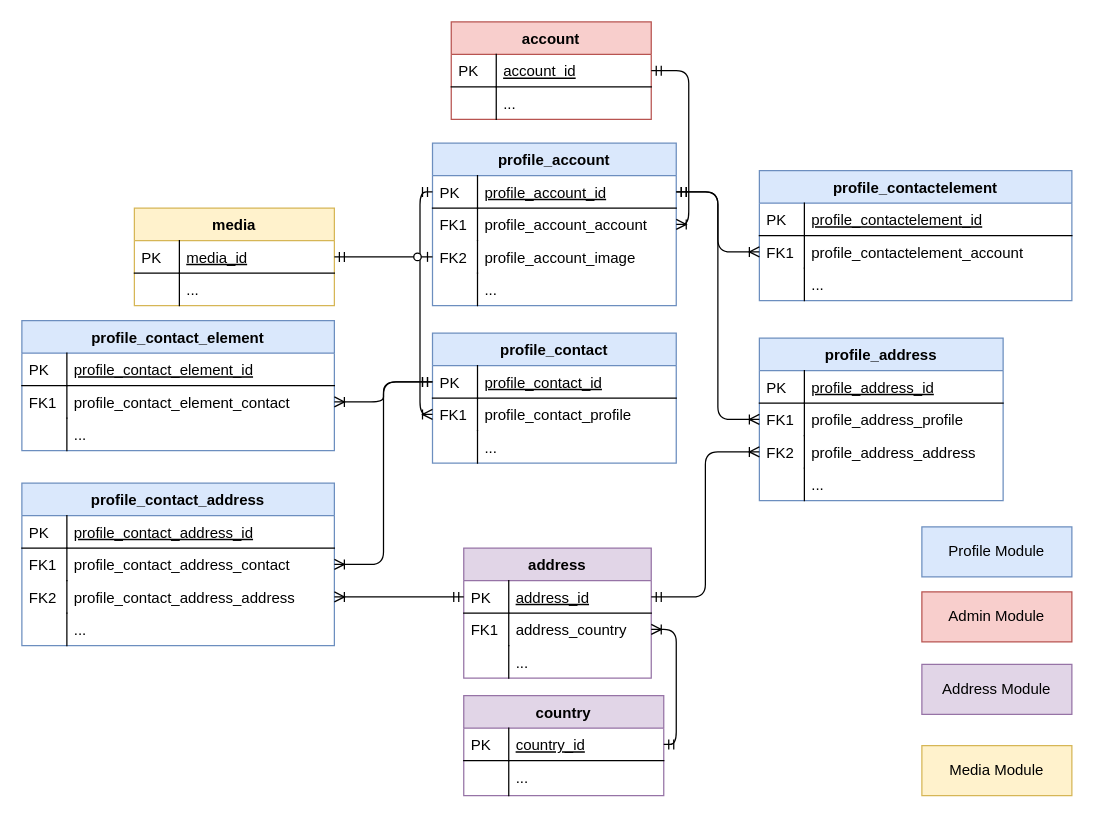
This is page "profile" (3 of 7) of app/UML.drawio from Karaka-Management/Assets, a draw.io file, before an edit. Source tidied: cells renumbered, new cells numbered last; positions are measured from the earlier drawing's top-left corner, leaving out a move shared by most shapes. Both pictures are drawn from the tidied source at 125%, with x=0, y=0 at pixel (21, 21).
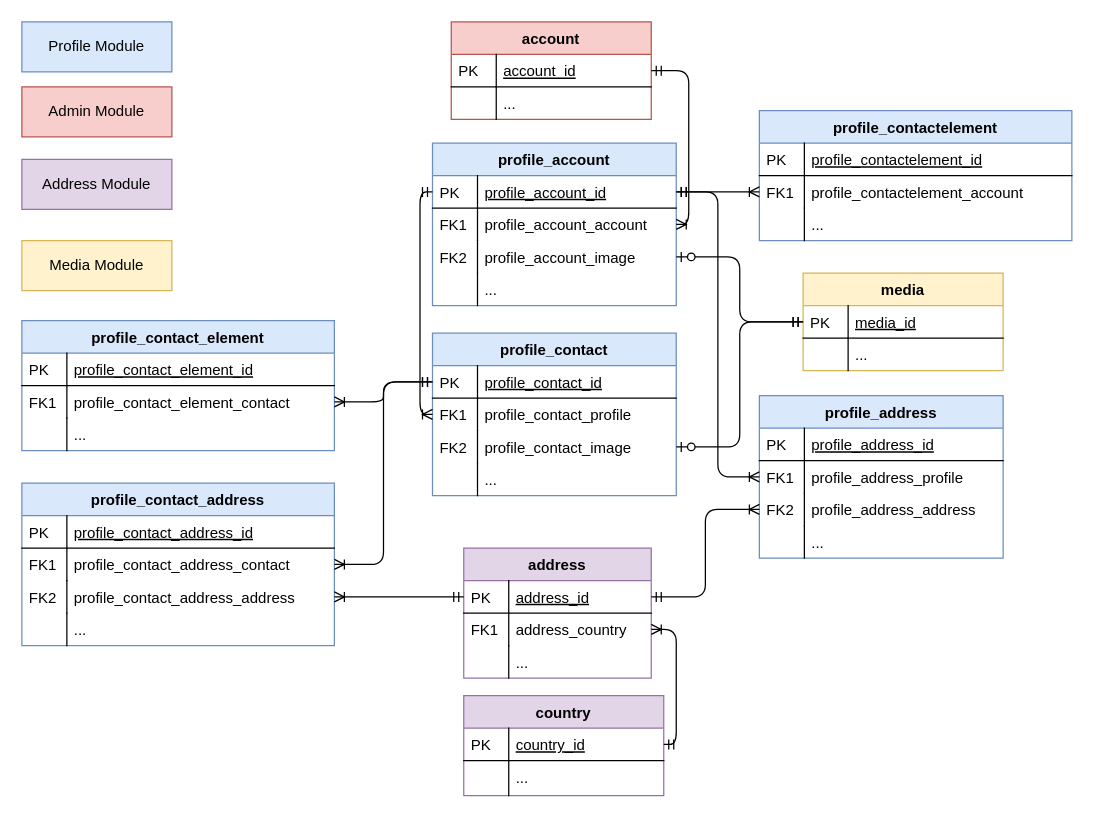
After the change.

Commit message:
improve media positioning in uml

The change refers to these unchanged cells:
```xml
<mxCell id="12" value="profile_account_image" style="shape=partialRectangle;top=0;left=0;right=0;bottom=0;align=left;verticalAlign=top;fillColor=none;spacingLeft=40;spacingRight=4;overflow=hidden;points=[[0,0.5],[1,0.5]];portConstraint=eastwest;rounded=0;shadow=0;strokeWidth=1;" parent="7" vertex="1">
  <mxGeometry y="78" width="195" height="26" as="geometry" />
</mxCell>
<mxCell id="80" value="media_id" style="shape=partialRectangle;top=0;left=0;right=0;bottom=1;align=left;verticalAlign=top;fillColor=none;spacingLeft=40;spacingRight=4;overflow=hidden;points=[[0,0.5],[1,0.5]];portConstraint=eastwest;rounded=0;shadow=0;strokeWidth=1;fontStyle=4;" parent="79" vertex="1">
  <mxGeometry y="26" width="160" height="26" as="geometry" />
</mxCell>
```

Change to the diagram source:
```diff
@@
     <mxCell id="16" value="profile_contact" style="swimlane;fontStyle=1;horizontal=1;startSize=26;rounded=0;shadow=0;strokeWidth=1;fillColor=#dae8fc;strokeColor=#6c8ebf;" parent="1" vertex="1">
-      <mxGeometry x="328.5" y="249" width="195" height="104" as="geometry" />
+      <mxGeometry x="328.5" y="249" width="195" height="130" as="geometry" />
     </mxCell>
@@
-    <mxCell id="21" value="..." style="shape=partialRectangle;top=0;left=0;right=0;bottom=0;align=left;verticalAlign=top;fillColor=none;spacingLeft=40;spacingRight=4;overflow=hidden;points=[[0,0.5],[1,0.5]];portConstraint=eastwest;rounded=0;shadow=0;strokeWidth=1;" parent="16" vertex="1">
+    <mxCell id="21" value="profile_contact_image" style="shape=partialRectangle;top=0;left=0;right=0;bottom=0;align=left;verticalAlign=top;fillColor=none;spacingLeft=40;spacingRight=4;overflow=hidden;points=[[0,0.5],[1,0.5]];portConstraint=eastwest;rounded=0;shadow=0;strokeWidth=1;" parent="16" vertex="1">
       <mxGeometry y="78" width="195" height="26" as="geometry" />
     </mxCell>
-    <mxCell id="22" style="shape=partialRectangle;top=0;left=0;bottom=0;fillColor=none;align=left;verticalAlign=top;spacingLeft=4;spacingRight=4;overflow=hidden;" parent="21" vertex="1">
+    <mxCell id="22" value="FK2" style="shape=partialRectangle;top=0;left=0;bottom=0;fillColor=none;align=left;verticalAlign=top;spacingLeft=4;spacingRight=4;overflow=hidden;" parent="21" vertex="1">
       <mxGeometry width="36" height="26" as="geometry" />
     </mxCell>
+    <mxCell id="86" value="..." style="shape=partialRectangle;top=0;left=0;right=0;bottom=0;align=left;verticalAlign=top;fillColor=none;spacingLeft=40;spacingRight=4;overflow=hidden;rounded=0;shadow=0;strokeWidth=1;" parent="16" vertex="1">
+      <mxGeometry y="104" width="195" height="26" as="geometry" />
+    </mxCell>
+    <mxCell id="87" style="shape=partialRectangle;top=0;left=0;bottom=0;fillColor=none;align=left;verticalAlign=top;spacingLeft=4;spacingRight=4;overflow=hidden;" parent="86" vertex="1">
+      <mxGeometry width="36" height="26" as="geometry" />
+    </mxCell>
@@
     <mxCell id="30" value="profile_contactelement" style="swimlane;fontStyle=1;horizontal=1;startSize=26;rounded=0;shadow=0;strokeWidth=1;fillColor=#dae8fc;strokeColor=#6c8ebf;" parent="1" vertex="1">
-      <mxGeometry x="590" y="119" width="250" height="104" as="geometry" />
+      <mxGeometry x="590" y="71" width="250" height="104" as="geometry" />
     </mxCell>
@@
     <mxCell id="37" value="profile_address" style="swimlane;fontStyle=1;horizontal=1;startSize=26;rounded=0;shadow=0;strokeWidth=1;fillColor=#dae8fc;strokeColor=#6c8ebf;" parent="1" vertex="1">
-      <mxGeometry x="590" y="253" width="195" height="130" as="geometry" />
+      <mxGeometry x="590" y="299" width="195" height="130" as="geometry" />
     </mxCell>
@@
     <mxCell id="59" value="Admin Module" style="rounded=0;whiteSpace=wrap;html=1;fillColor=#f8cecc;strokeColor=#b85450;" parent="1" vertex="1">
-      <mxGeometry x="720" y="456" width="120" height="40" as="geometry" />
+      <mxGeometry y="52" width="120" height="40" as="geometry" />
     </mxCell>
     <mxCell id="60" value="Profile Module" style="rounded=0;whiteSpace=wrap;html=1;fillColor=#dae8fc;strokeColor=#6c8ebf;" parent="1" vertex="1">
-      <mxGeometry x="720" y="404" width="120" height="40" as="geometry" />
+      <mxGeometry width="120" height="40" as="geometry" />
     </mxCell>
     <mxCell id="61" value="Address Module" style="rounded=0;whiteSpace=wrap;html=1;fillColor=#e1d5e7;strokeColor=#9673a6;" parent="1" vertex="1">
-      <mxGeometry x="720" y="514" width="120" height="40" as="geometry" />
+      <mxGeometry y="110" width="120" height="40" as="geometry" />
     </mxCell>
@@
     <mxCell id="79" value="media" style="swimlane;fontStyle=1;horizontal=1;startSize=26;rounded=0;shadow=0;strokeWidth=1;fillColor=#fff2cc;strokeColor=#d6b656;" parent="1" vertex="1">
-      <mxGeometry x="90" y="149" width="160" height="78" as="geometry" />
+      <mxGeometry x="625" y="201" width="160" height="78" as="geometry" />
     </mxCell>
@@
-    <mxCell id="84" style="edgeStyle=orthogonalEdgeStyle;fontSize=12;html=1;endArrow=ERzeroToOne;startArrow=ERmandOne;exitX=1;exitY=0.5;exitDx=0;exitDy=0;entryX=0;entryY=0.5;entryDx=0;entryDy=0;" parent="1" edge="1" source="79" target="12">
+    <mxCell id="84" style="edgeStyle=orthogonalEdgeStyle;fontSize=12;html=1;endArrow=ERzeroToOne;startArrow=ERmandOne;exitX=0;exitY=0.5;exitDx=0;exitDy=0;entryX=1;entryY=0.5;entryDx=0;entryDy=0;" parent="1" edge="1" source="80" target="12">
       <mxGeometry relative="1" as="geometry" />
     </mxCell>
     <mxCell id="85" value="Media Module" style="rounded=0;whiteSpace=wrap;html=1;fillColor=#fff2cc;strokeColor=#d6b656;" parent="1" vertex="1">
-      <mxGeometry x="720" y="579" width="120" height="40" as="geometry" />
+      <mxGeometry y="175" width="120" height="40" as="geometry" />
     </mxCell>
+    <mxCell id="88" style="edgeStyle=orthogonalEdgeStyle;fontSize=12;html=1;endArrow=ERzeroToOne;startArrow=ERmandOne;exitX=0;exitY=0.5;exitDx=0;exitDy=0;entryX=1;entryY=0.5;entryDx=0;entryDy=0;" parent="1" edge="1" source="80" target="21">
+      <mxGeometry relative="1" as="geometry" />
+    </mxCell>
```
